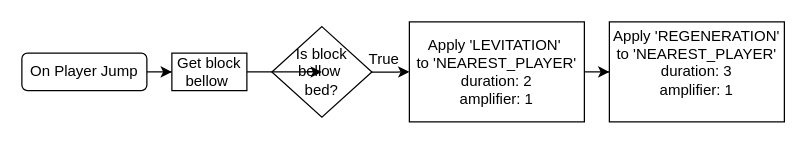
Above: tutorials/python-islands/island-7/bed_bouncer/flowchart-landscape.drawio in CausewayDigital/Minecraft-EE-MakeCode (draw.io), before the change. Source tidied: cells renumbered, new cells numbered last; positions are measured from the earlier drawing's top-left corner, leaving out a move shared by most shapes. Both pictures are drawn from the tidied source at 125%, with x=0, y=0 at pixel (21, 21).
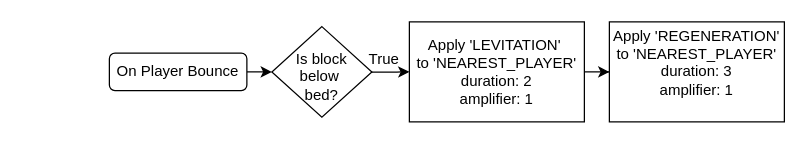
The same diagram, later.

What changed in the source:
```diff
@@
 <mxGraphModel>
   <root>
     <mxCell id="0" />
     <mxCell id="1" parent="0" />
-    <mxCell id="2" style="edgeStyle=orthogonalEdgeStyle;rounded=0;jettySize=auto;html=1;" parent="1" edge="1" source="3" target="11">
-      <mxGeometry relative="1" as="geometry" />
+    <mxCell id="2" style="edgeStyle=orthogonalEdgeStyle;rounded=0;jettySize=auto;html=1;" parent="1" edge="1" source="3">
+      <mxGeometry relative="1" as="geometry">
+        <mxPoint x="200" y="40" as="targetPoint" />
+      </mxGeometry>
     </mxCell>
-    <mxCell id="3" value="On Player Jump" style="rounded=1;whiteSpace=wrap;html=1;" parent="1" vertex="1">
-      <mxGeometry y="25" width="100" height="30" as="geometry" />
+    <mxCell id="3" value="On Player Bounce" style="rounded=1;whiteSpace=wrap;html=1;" parent="1" vertex="1">
+      <mxGeometry x="70" y="25" width="110" height="30" as="geometry" />
     </mxCell>
     <mxCell id="4" style="edgeStyle=orthogonalEdgeStyle;rounded=0;jettySize=auto;html=1;" parent="1" edge="1" source="5" target="7">
       <mxGeometry relative="1" as="geometry" />
     </mxCell>
-    <mxCell id="5" value="&lt;div&gt;Is block&lt;/div&gt;&lt;div&gt;bellow&amp;nbsp;&lt;/div&gt;&lt;div&gt;bed?&lt;/div&gt;" style="rhombus;whiteSpace=wrap;html=1;" parent="1" vertex="1">
+    <mxCell id="5" value="&lt;div&gt;Is block&lt;/div&gt;&lt;div&gt;below&amp;nbsp;&lt;/div&gt;&lt;div&gt;bed?&lt;/div&gt;" style="rhombus;whiteSpace=wrap;html=1;spacingTop=8;" parent="1" vertex="1">
       <mxGeometry x="200" y="3.8" width="80" height="72.5" as="geometry" />
     </mxCell>
     <mxCell id="6" style="edgeStyle=orthogonalEdgeStyle;rounded=0;jettySize=auto;html=1;" parent="1" edge="1" source="7" target="8">
       <mxGeometry relative="1" as="geometry" />
     </mxCell>
     <mxCell id="7" value="&lt;div align=&quot;center&quot;&gt;Apply 'LEVITATION'&amp;nbsp;&lt;/div&gt;&lt;div align=&quot;center&quot;&gt;to 'NEAREST_PLAYER'&lt;/div&gt;&lt;div align=&quot;center&quot;&gt;duration: 2&lt;/div&gt;&lt;div align=&quot;center&quot;&gt;amplifier: 1&lt;/div&gt;&lt;div&gt;&lt;/div&gt;" style="rounded=0;whiteSpace=wrap;html=1;" parent="1" vertex="1">
       <mxGeometry x="310" width="140" height="80" as="geometry" />
     </mxCell>
     <mxCell id="8" value="&lt;div&gt;Apply 'REGENERATION'&lt;/div&gt;&lt;div&gt;to 'NEAREST_PLAYER'&lt;/div&gt;&lt;div&gt;duration: 3&lt;/div&gt;&lt;div&gt;amplifier: 1&lt;/div&gt;&lt;div&gt;&lt;span style=&quot;color: rgba(0, 0, 0, 0); font-family: monospace; font-size: 0px;&quot;&gt;Ddur%3CmxGraphModel%3E%3Croot%3E%3CmxCell%20id%3D%220%22%2F%3E%3CmxCell%20id%3D%221%22%20parent%3D%220%22%2F%3E%3CmxCell%20id%3D%222%22%20value%3D%22On%20Player%20Jump%22%20style%3D%22rounded%3D1%3BwhiteSpace%3Dwrap%3Bhtml%3D1%3B%22%20vertex%3D%221%22%20parent%3D%221%22%3E%3CmxGeometry%20x%3D%22540%22%20y%3D%22280%22%20width%3D%22120%22%20height%3D%2240%22%20as%3D%22geometry%22%2F%3E%3C%2FmxCell%3E%3C%2Froot%3E%3C%2FmxGraphModel%3Ed&lt;/span&gt;&lt;/div&gt;" style="rounded=0;whiteSpace=wrap;html=1;" parent="1" vertex="1">
       <mxGeometry x="470" width="140" height="80" as="geometry" />
     </mxCell>
     <mxCell id="9" value="True" style="text;html=1;strokeColor=none;fillColor=none;align=center;verticalAlign=middle;whiteSpace=wrap;rounded=0;" parent="1" vertex="1">
       <mxGeometry x="270" y="20" width="40" height="20" as="geometry" />
     </mxCell>
-    <mxCell id="10" style="edgeStyle=orthogonalEdgeStyle;rounded=0;jettySize=auto;html=1;" parent="1" edge="1" source="11" target="5">
-      <mxGeometry relative="1" as="geometry" />
-    </mxCell>
-    <mxCell id="11" value="Get block bellow&amp;nbsp;" style="rounded=0;whiteSpace=wrap;html=1;" parent="1" vertex="1">
-      <mxGeometry x="120" y="25" width="60" height="30" as="geometry" />
-    </mxCell>
   </root>
 </mxGraphModel>
```
